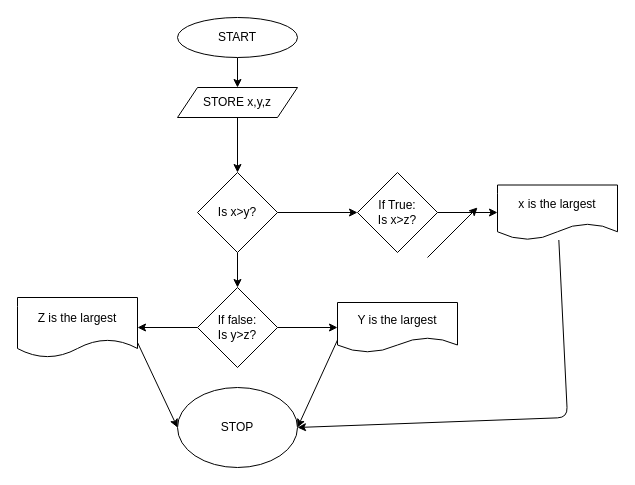
Earlier version of the draw.io diagram cpp01.drawio (ashams/fgssr). Source tidied: cells renumbered, new cells numbered last; positions are measured from the earlier drawing's top-left corner, leaving out a move shared by most shapes. Both pictures are drawn from the tidied source at 100%, with x=0, y=0 at pixel (17, 17).
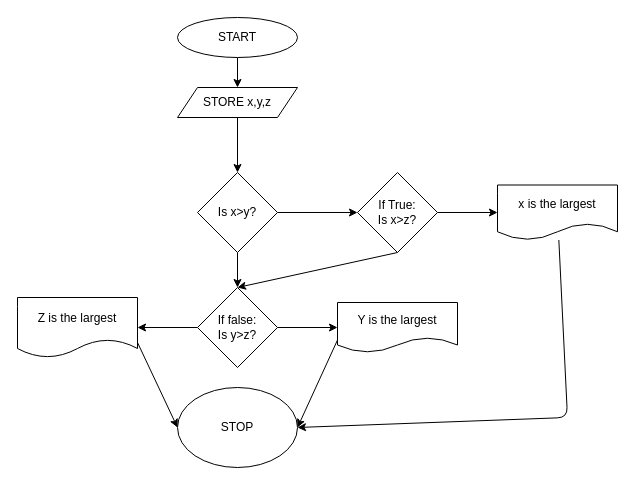
After the change.

Unchanged cells that the change refers to:
```xml
<mxCell id="10" value="&lt;div&gt;If True:&lt;/div&gt;&lt;div&gt;Is x&amp;gt;z?&lt;br&gt;&lt;/div&gt;" style="rhombus;whiteSpace=wrap;html=1;" parent="1" vertex="1">
  <mxGeometry x="340" y="155" width="80" height="80" as="geometry" />
</mxCell>
<mxCell id="14" value="&lt;div&gt;If false:&lt;/div&gt;&lt;div&gt;Is y&amp;gt;z?&lt;br&gt;&lt;/div&gt;" style="rhombus;whiteSpace=wrap;html=1;" parent="1" vertex="1">
  <mxGeometry x="180" y="270" width="80" height="80" as="geometry" />
</mxCell>
```

Change to the diagram source:
```diff
@@
-    <mxCell id="18" style="endArrow=classic;html=1;" parent="1" edge="1">
-      <mxGeometry relative="1" as="geometry">
-        <mxPoint x="410" y="240" as="sourcePoint" />
-        <mxPoint x="460" y="190" as="targetPoint" />
-      </mxGeometry>
-    </mxCell>
@@
+    <mxCell id="22" style="endArrow=classic;html=1;entryX=0.5;entryY=0;entryDx=0;entryDy=0;exitX=0.5;exitY=1;exitDx=0;exitDy=0;" parent="1" edge="1" source="10" target="14">
+      <mxGeometry relative="1" as="geometry" />
+    </mxCell>
```
